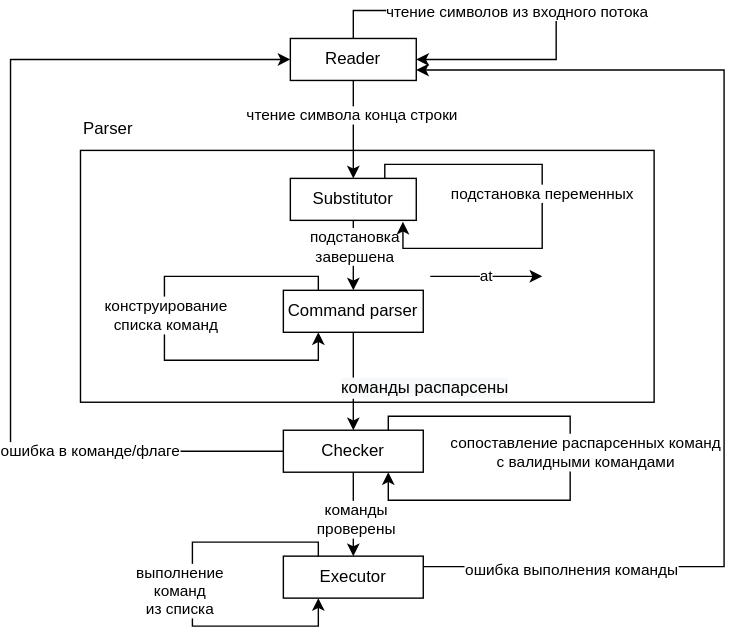
Above: HW1/diagrams/Arhitecture.svg in MeganDorian/Software-Development (draw.io), before the change. Source tidied: cells renumbered, new cells last; positions are measured from the earlier drawing's top-left corner, leaving out a move shared by most shapes.
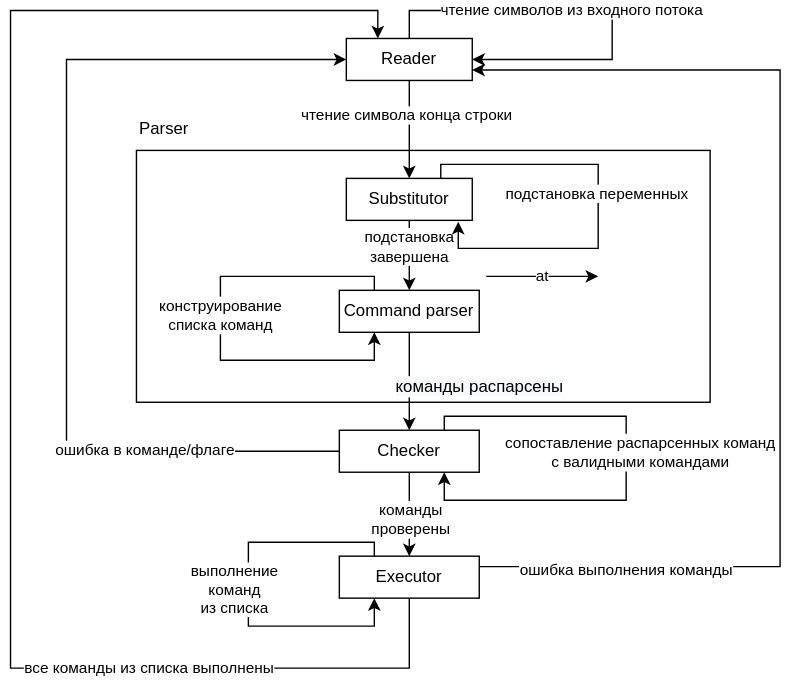
Above is the later version.

The edit, as a diff of the source:
```diff
@@ -130,6 +130,19 @@
         <mxPoint x="43" y="1" as="offset" />
       </mxGeometry>
     </mxCell>
+    <mxCell id="32" style="edgeStyle=orthogonalEdgeStyle;rounded=0;jettySize=auto;html=1;exitX=0.5;exitY=1;exitDx=0;exitDy=0;entryX=0.25;entryY=0;entryDx=0;entryDy=0;" parent="1" edge="1" source="29" target="4">
+      <mxGeometry relative="1" as="geometry">
+        <Array as="points">
+          <mxPoint x="245" y="470" />
+          <mxPoint x="-40" y="470" />
+          <mxPoint x="-40" />
+          <mxPoint x="223" />
+        </Array>
+      </mxGeometry>
+    </mxCell>
+    <mxCell id="33" value="все команды из списка выполнены" style="edgeLabel;html=1;align=center;verticalAlign=middle;" parent="32" vertex="1">
+      <mxGeometry x="-0.57" relative="1" as="geometry" />
+    </mxCell>
     <mxCell id="29" value="Executor" style="rounded=0;whiteSpace=wrap;html=1;" parent="1" vertex="1">
       <mxGeometry x="195" y="390" width="100" height="30" as="geometry" />
     </mxCell>
```
